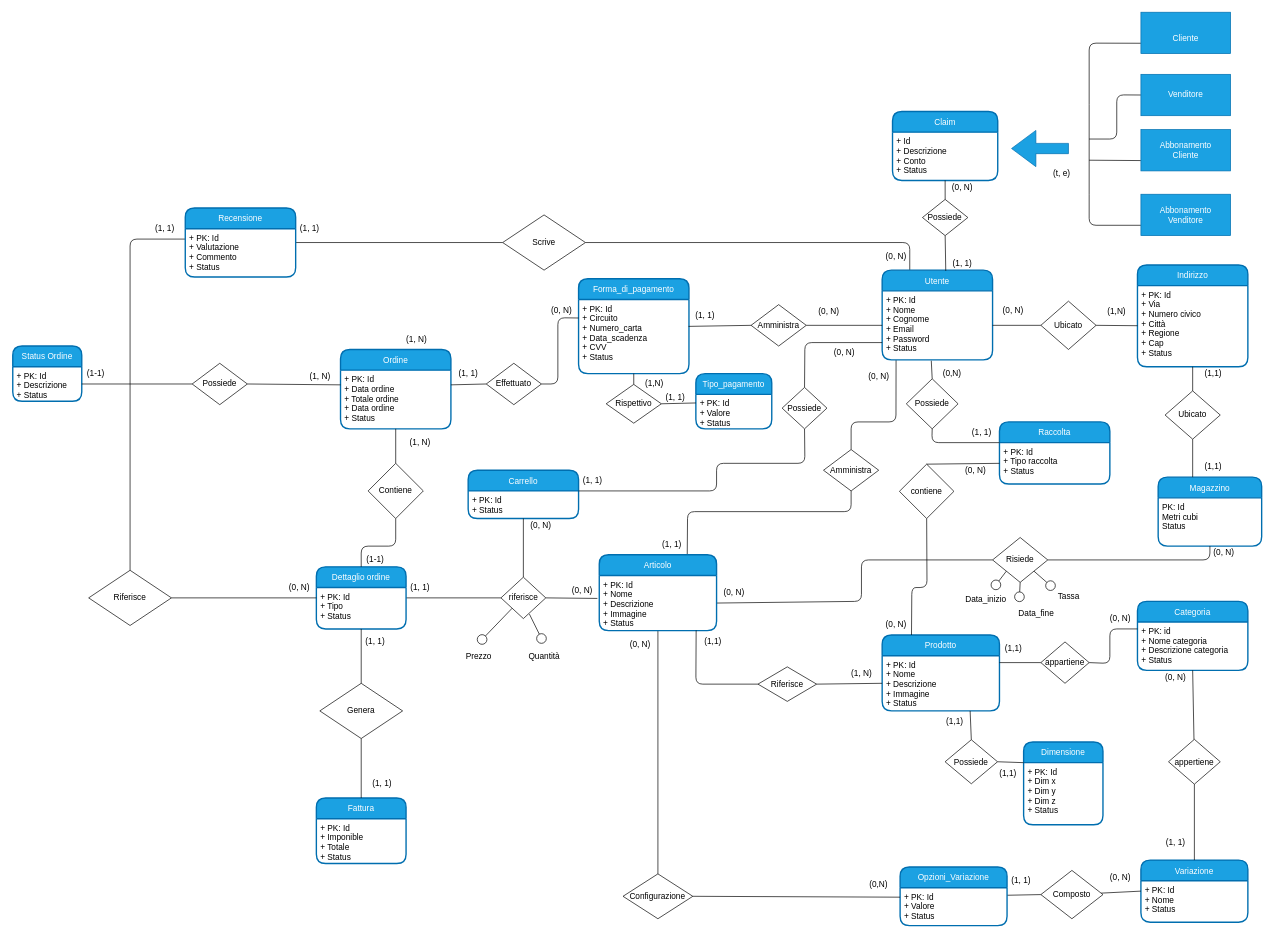
EndriDomiUni/E-commerce keeps this draw.io diagram as doc/schema_concettuale/schema_concettuale.drawio. Above is the earlier version. Source tidied: cells renumbered, new cells numbered last; positions are measured from the earlier drawing's top-left corner, leaving out a move shared by most shapes. Both pictures are drawn from the tidied source at 69%, with x=0, y=0 at pixel (12, 12).
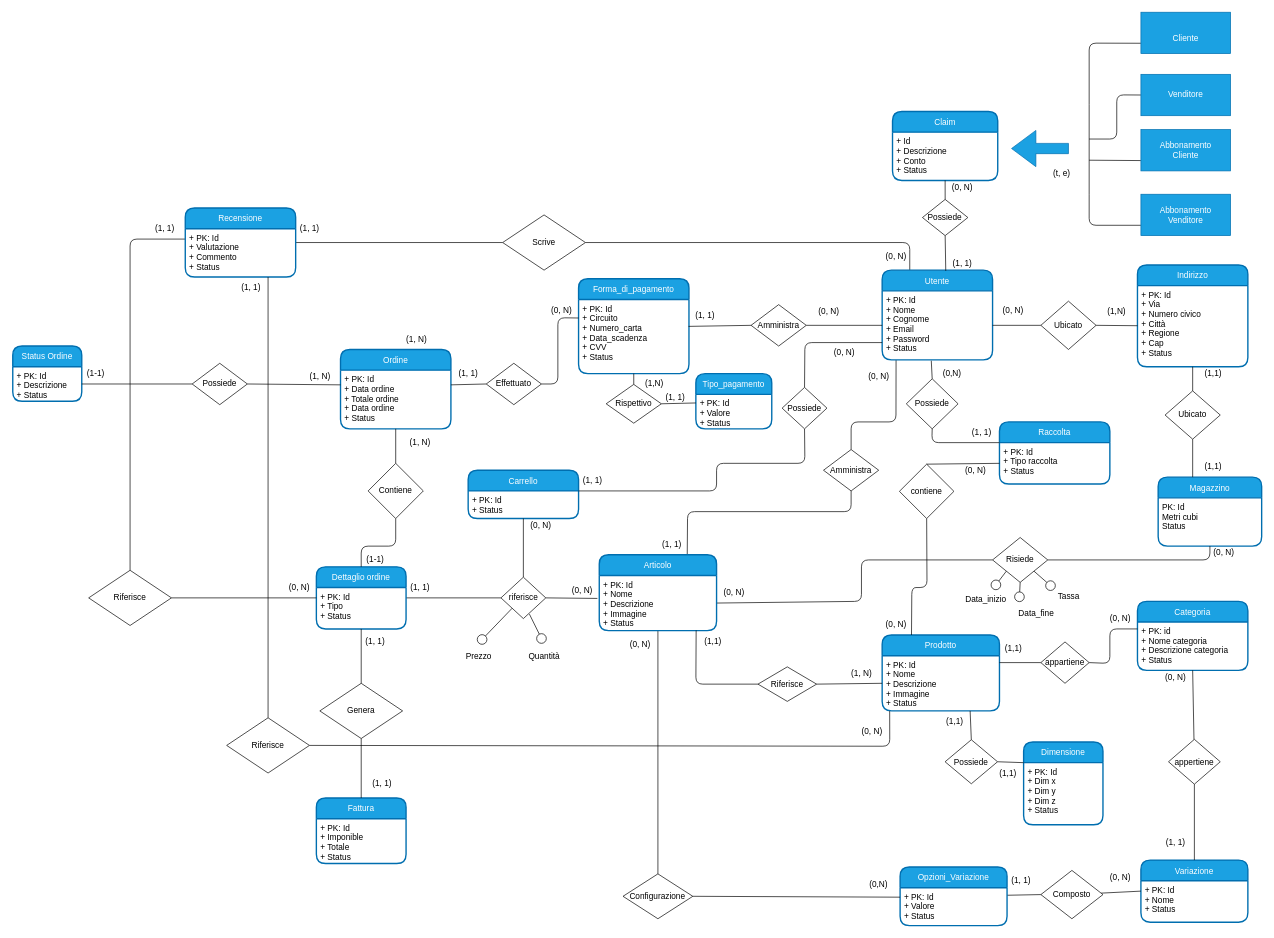
The same diagram, later.

Commit message (it also covers changes not shown here):
Update resources and schema concettuale

Unchanged cells that the change refers to:
```xml
<mxCell id="28" value="+ PK: Id&#10;+ Nome&#10;+ Descrizione&#10;+ Immagine&#10;+ Status" style="align=left;strokeColor=none;fillColor=none;spacingLeft=4;fontSize=12;verticalAlign=top;" parent="27" vertex="1">
  <mxGeometry y="30" width="170" height="80" as="geometry" />
</mxCell>
<mxCell id="117" value="+ PK: Id&#10;+ Valutazione&#10;+ Commento&#10;+ Status&#10;&#10;" style="align=left;strokeColor=none;fillColor=none;spacingLeft=4;fontSize=12;verticalAlign=top;" parent="116" vertex="1">
  <mxGeometry y="30" width="160" height="70" as="geometry" />
</mxCell>
```

Change to the diagram source:
```diff
@@
+    <mxCell id="182" style="edgeStyle=none;html=1;exitX=0.75;exitY=1;exitDx=0;exitDy=0;entryX=0.5;entryY=0;entryDx=0;entryDy=0;endArrow=none;endFill=0;" parent="1" edge="1" source="117" target="184">
+      <mxGeometry relative="1" as="geometry" />
+    </mxCell>
+    <mxCell id="183" style="edgeStyle=none;html=1;exitX=1;exitY=0.5;exitDx=0;exitDy=0;entryX=0.064;entryY=1.003;entryDx=0;entryDy=0;entryPerimeter=0;endArrow=none;endFill=0;" parent="1" edge="1" source="184" target="28">
+      <mxGeometry relative="1" as="geometry">
+        <Array as="points">
+          <mxPoint x="1271" y="1064" />
+        </Array>
+      </mxGeometry>
+    </mxCell>
+    <mxCell id="184" value="Riferisce" style="rhombus;whiteSpace=wrap;html=1;" parent="1" vertex="1">
+      <mxGeometry x="310" y="1022.8" width="120" height="80" as="geometry" />
+    </mxCell>
+    <mxCell id="185" value="(0, N)" style="text;html=1;align=center;verticalAlign=middle;strokeColor=none;fillColor=none;" parent="1" vertex="1">
+      <mxGeometry x="1220" y="1027.8" width="50" height="30" as="geometry" />
+    </mxCell>
+    <mxCell id="186" value="(1, 1)" style="text;html=1;align=center;verticalAlign=middle;strokeColor=none;fillColor=none;" parent="1" vertex="1">
+      <mxGeometry x="320" y="384" width="50" height="30" as="geometry" />
+    </mxCell>
```
